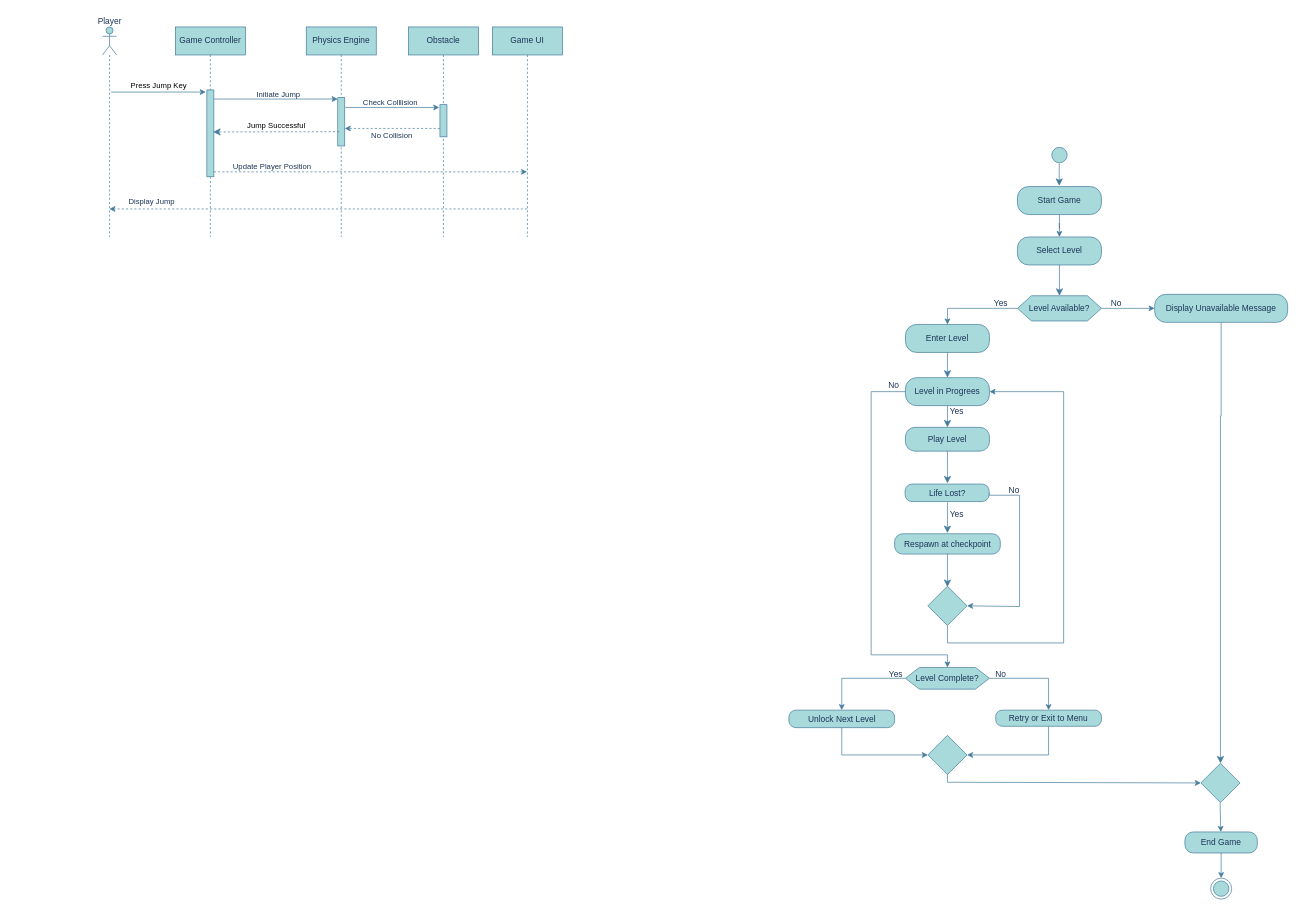
Before: digrams/database digram.drawio in Hoshmand01/fyp, a draw.io diagram. Source tidied: cells renumbered, new cells numbered last; positions are measured from the earlier drawing's top-left corner, leaving out a move shared by most shapes. Both pictures are drawn from the tidied source at 70%, with x=0, y=0 at pixel (91, 12).
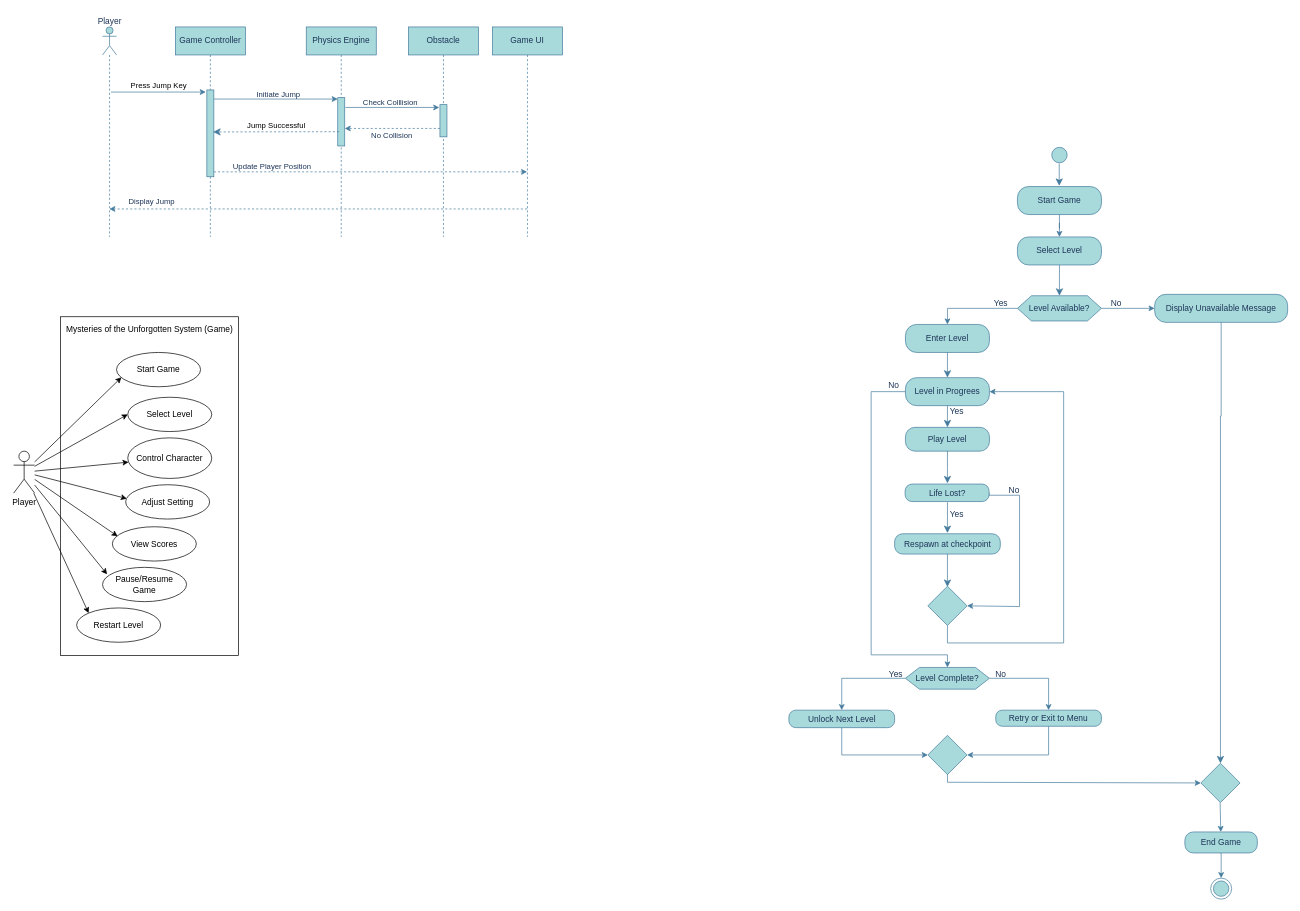
The same diagram, later.

What changed in the source:
```diff
@@
+    <mxCell id="70" style="rounded=0;whiteSpace=wrap;html=1;" parent="1" vertex="1">
+      <mxGeometry x="-44" y="435" width="254" height="484" as="geometry" />
+    </mxCell>
@@
+    <mxCell id="71" style="edgeStyle=none;rounded=0;jettySize=auto;html=1;entryX=0.058;entryY=0.726;entryDx=0;entryDy=0;entryPerimeter=0;" parent="1" edge="1" source="77" target="78">
+      <mxGeometry relative="1" as="geometry" />
+    </mxCell>
+    <mxCell id="72" style="edgeStyle=none;rounded=0;jettySize=auto;html=1;entryX=0;entryY=0.5;entryDx=0;entryDy=0;" parent="1" edge="1" source="77" target="79">
+      <mxGeometry relative="1" as="geometry" />
+    </mxCell>
+    <mxCell id="73" style="edgeStyle=none;rounded=0;jettySize=auto;html=1;" parent="1" edge="1" source="77" target="80">
+      <mxGeometry relative="1" as="geometry" />
+    </mxCell>
+    <mxCell id="74" style="edgeStyle=none;rounded=0;jettySize=auto;html=1;entryX=0.014;entryY=0.404;entryDx=0;entryDy=0;entryPerimeter=0;" parent="1" edge="1" source="77" target="81">
+      <mxGeometry relative="1" as="geometry" />
+    </mxCell>
+    <mxCell id="75" style="edgeStyle=none;rounded=0;jettySize=auto;html=1;entryX=0.054;entryY=0.201;entryDx=0;entryDy=0;entryPerimeter=0;" parent="1" edge="1" source="77" target="84">
+      <mxGeometry relative="1" as="geometry" />
+    </mxCell>
+    <mxCell id="76" style="edgeStyle=none;rounded=0;jettySize=auto;html=1;entryX=0;entryY=0;entryDx=0;entryDy=0;" parent="1" edge="1" source="77" target="85">
+      <mxGeometry relative="1" as="geometry" />
+    </mxCell>
+    <mxCell id="77" value="Player" style="shape=umlActor;verticalLabelPosition=bottom;verticalAlign=top;html=1;outlineConnect=0;" parent="1" vertex="1">
+      <mxGeometry x="-111" y="627" width="30" height="60" as="geometry" />
+    </mxCell>
+    <mxCell id="78" value="Start Game" style="ellipse;whiteSpace=wrap;html=1;" parent="1" vertex="1">
+      <mxGeometry x="36" y="486" width="120" height="49" as="geometry" />
+    </mxCell>
+    <mxCell id="79" value="Select Level" style="ellipse;whiteSpace=wrap;html=1;" parent="1" vertex="1">
+      <mxGeometry x="52" y="550" width="120" height="49" as="geometry" />
+    </mxCell>
+    <mxCell id="80" value="Control Character" style="ellipse;whiteSpace=wrap;html=1;" parent="1" vertex="1">
+      <mxGeometry x="52" y="608" width="120" height="58" as="geometry" />
+    </mxCell>
+    <mxCell id="81" value="Adjust Setting" style="ellipse;whiteSpace=wrap;html=1;" parent="1" vertex="1">
+      <mxGeometry x="49" y="675" width="120" height="49" as="geometry" />
+    </mxCell>
+    <mxCell id="82" value="View Scores" style="ellipse;whiteSpace=wrap;html=1;" parent="1" vertex="1">
+      <mxGeometry x="30" y="735" width="120" height="49" as="geometry" />
+    </mxCell>
+    <mxCell id="83" style="edgeStyle=none;rounded=0;jettySize=auto;html=1;entryX=0.063;entryY=0.277;entryDx=0;entryDy=0;entryPerimeter=0;" parent="1" edge="1" source="77" target="82">
+      <mxGeometry relative="1" as="geometry" />
+    </mxCell>
+    <mxCell id="84" value="Pause/Resume Game" style="ellipse;whiteSpace=wrap;html=1;" parent="1" vertex="1">
+      <mxGeometry x="16" y="793" width="120" height="49" as="geometry" />
+    </mxCell>
+    <mxCell id="85" value="Restart Level" style="ellipse;whiteSpace=wrap;html=1;" parent="1" vertex="1">
+      <mxGeometry x="-21" y="851" width="120" height="49" as="geometry" />
+    </mxCell>
+    <mxCell id="86" value="Mysteries of the Unforgotten System (Game)" style="text;html=1;align=center;verticalAlign=middle;strokeColor=none;fillColor=none;" parent="1" vertex="1">
+      <mxGeometry x="-45" y="441" width="256" height="26" as="geometry" />
+    </mxCell>
```
